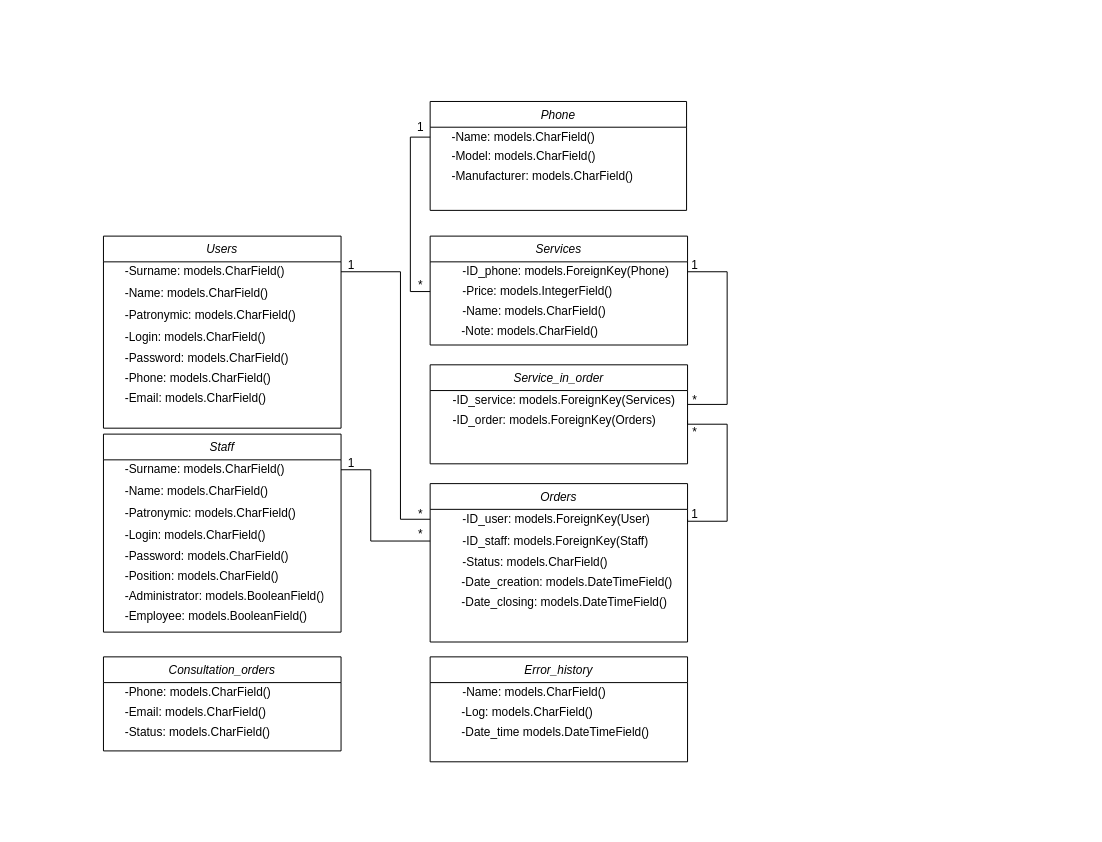
This is page "Физическая диаграмма классов приложения" (3 of 5) of Курсач/Диаграммы/Диаграмма классов анализа.drawio from JolyBin/Valeriy, a draw.io file, before an edit. Source tidied: cells renumbered, new cells numbered last; positions are measured from the earlier drawing's top-left corner, leaving out a move shared by most shapes. Both pictures are drawn from the tidied source at 99%, with x=0, y=0 at pixel (103, 101).
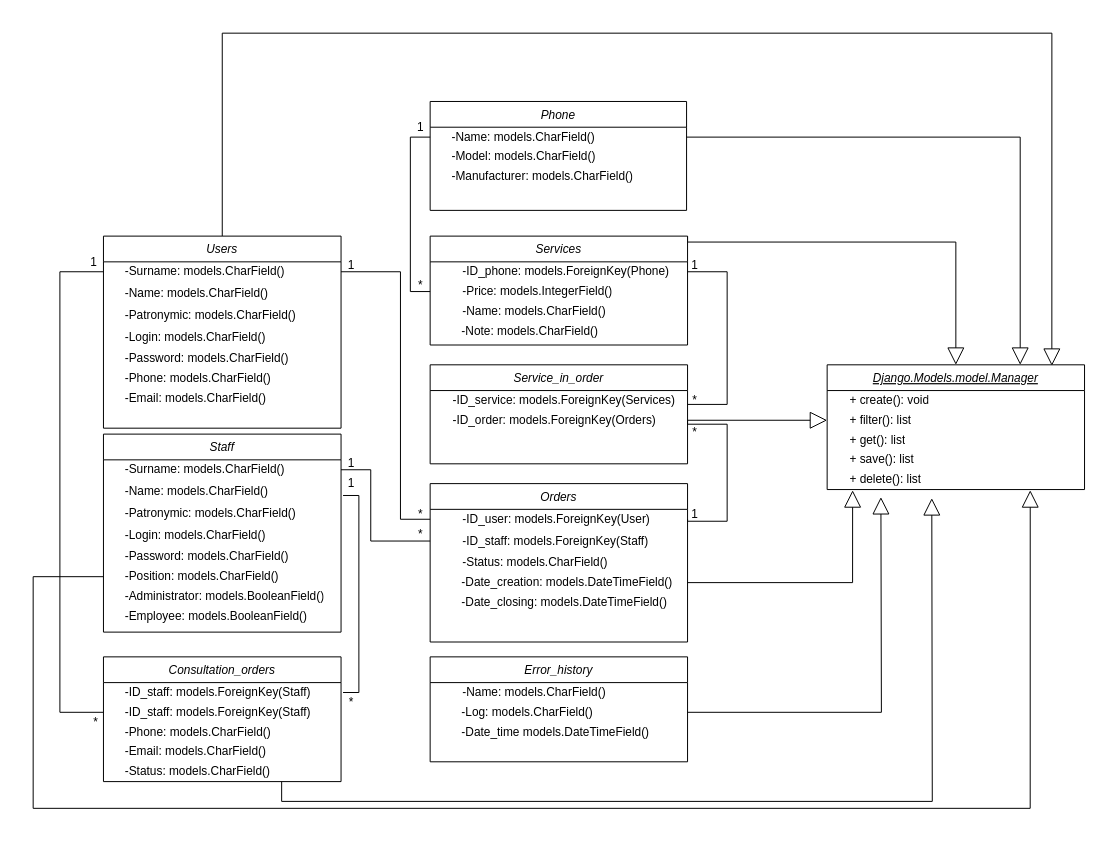
Above is the later version.

Unchanged cells that the change refers to:
```xml
<mxCell id="12" value="Services" style="swimlane;fontStyle=2;align=center;verticalAlign=top;horizontal=1;startSize=26;rounded=0;shadow=0;strokeWidth=1;" parent="1" vertex="1">
  <mxGeometry x="330" y="136" width="260" height="110" as="geometry" />
</mxCell>
<mxCell id="26" value="Users" style="swimlane;fontStyle=2;align=center;verticalAlign=top;horizontal=1;startSize=26;rounded=0;shadow=0;strokeWidth=1;" parent="1" vertex="1">
  <mxGeometry y="136" width="240" height="194" as="geometry" />
</mxCell>
<mxCell id="28" style="shape=partialRectangle;html=1;whiteSpace=wrap;fillColor=none;top=0;left=0;bottom=0;right=0;points=[[0,0.5],[1,0.5]];portConstraint=eastwest;" parent="27" vertex="1">
  <mxGeometry width="240" height="20" as="geometry" />
</mxCell>
<mxCell id="70" style="shape=partialRectangle;html=1;whiteSpace=wrap;fillColor=none;top=0;left=0;bottom=0;right=0;points=[[0,0.5],[1,0.5]];portConstraint=eastwest;" parent="63" vertex="1">
  <mxGeometry y="44" width="240" height="20" as="geometry" />
</mxCell>
<mxCell id="96" style="shape=partialRectangle;html=1;whiteSpace=wrap;fillColor=none;top=0;left=0;bottom=0;right=0;points=[[0,0.5],[1,0.5]];portConstraint=eastwest;" parent="91" vertex="1">
  <mxGeometry y="46" width="260" height="20" as="geometry" />
</mxCell>
<mxCell id="107" style="shape=partialRectangle;html=1;whiteSpace=wrap;fillColor=none;top=0;left=0;bottom=0;right=0;points=[[0,0.5],[1,0.5]];portConstraint=eastwest;" parent="103" vertex="1">
  <mxGeometry y="20" width="260" height="20" as="geometry" />
</mxCell>
<mxCell id="121" style="shape=partialRectangle;html=1;whiteSpace=wrap;fillColor=none;top=0;left=0;bottom=0;right=0;points=[[0,0.5],[1,0.5]];portConstraint=eastwest;" parent="110" vertex="1">
  <mxGeometry y="90" width="260" height="20" as="geometry" />
</mxCell>
<mxCell id="131" style="shape=partialRectangle;html=1;whiteSpace=wrap;fillColor=none;top=0;left=0;bottom=0;right=0;points=[[0,0.5],[1,0.5]];portConstraint=eastwest;" parent="130" vertex="1">
  <mxGeometry width="259" height="20" as="geometry" />
</mxCell>
```

The edit, as a diff of the source:
```diff
@@
+    <mxCell id="143" style="edgeStyle=orthogonalEdgeStyle;rounded=0;jettySize=auto;html=1;exitX=1;exitY=0;exitDx=0;exitDy=0;endArrow=block;endFill=0;endSize=15;" parent="1" edge="1" source="12" target="152">
+      <mxGeometry relative="1" as="geometry">
+        <Array as="points">
+          <mxPoint x="590" y="142" />
+          <mxPoint x="861" y="142" />
+        </Array>
+      </mxGeometry>
+    </mxCell>
@@
+    <mxCell id="144" style="edgeStyle=orthogonalEdgeStyle;rounded=0;jettySize=auto;html=1;entryX=0.873;entryY=0.008;entryDx=0;entryDy=0;endArrow=block;endFill=0;entryPerimeter=0;endSize=15;" parent="1" edge="1" source="26" target="152">
+      <mxGeometry relative="1" as="geometry">
+        <Array as="points">
+          <mxPoint x="120" y="-69" />
+          <mxPoint x="958" y="-69" />
+        </Array>
+      </mxGeometry>
+    </mxCell>
@@
+    <mxCell id="145" style="edgeStyle=orthogonalEdgeStyle;rounded=0;jettySize=auto;html=1;exitX=0.75;exitY=1;exitDx=0;exitDy=0;endArrow=block;endFill=0;endSize=15;" parent="1" edge="1" source="80">
+      <mxGeometry relative="1" as="geometry">
+        <mxPoint x="836.7" y="400.7" as="targetPoint" />
+      </mxGeometry>
+    </mxCell>
     <mxCell id="80" value="Consultation_orders" style="swimlane;fontStyle=2;align=center;verticalAlign=top;horizontal=1;startSize=26;rounded=0;shadow=0;strokeWidth=1;" parent="1" vertex="1">
-      <mxGeometry y="561" width="240" height="95" as="geometry" />
+      <mxGeometry y="561" width="240" height="126" as="geometry" />
     </mxCell>
+    <mxCell id="146" style="shape=partialRectangle;html=1;whiteSpace=wrap;fillColor=none;top=0;left=0;bottom=0;right=0;" parent="80" vertex="1">
+      <mxGeometry y="26" width="240" height="20" as="geometry" />
+    </mxCell>
+    <mxCell id="147" style="shape=partialRectangle;html=1;whiteSpace=wrap;overflow=hidden;fillColor=none;top=0;left=0;bottom=0;right=0;" parent="146" vertex="1">
+      <mxGeometry width="84" height="20" as="geometry" />
+    </mxCell>
+    <mxCell id="148" value="-ID_staff: models.ForeignKey(Staff)" style="shape=partialRectangle;html=1;whiteSpace=wrap;overflow=hidden;fillColor=none;top=0;left=0;bottom=0;right=0;align=left;" parent="146" vertex="1">
+      <mxGeometry x="20" width="220" height="20" as="geometry" />
+    </mxCell>
+    <mxCell id="149" style="shape=partialRectangle;html=1;whiteSpace=wrap;fillColor=none;top=0;left=0;bottom=0;right=0;points=[[0,0.5],[1,0.5]];portConstraint=eastwest;" parent="80" vertex="1">
+      <mxGeometry y="46" width="240" height="20" as="geometry" />
+    </mxCell>
+    <mxCell id="150" style="shape=partialRectangle;html=1;whiteSpace=wrap;overflow=hidden;fillColor=none;top=0;left=0;bottom=0;right=0;" parent="149" vertex="1">
+      <mxGeometry width="84" height="20" as="geometry" />
+    </mxCell>
+    <mxCell id="151" value="-ID_staff: models.ForeignKey(Staff)" style="shape=partialRectangle;html=1;whiteSpace=wrap;overflow=hidden;fillColor=none;top=0;left=0;bottom=0;right=0;align=left;" parent="149" vertex="1">
+      <mxGeometry x="20" width="220" height="20" as="geometry" />
+    </mxCell>
     <mxCell id="81" style="shape=table;html=1;whiteSpace=wrap;startSize=0;childLayout=tableLayout;fillColor=none;align=left;strokeColor=none;" parent="80" vertex="1">
-      <mxGeometry y="26" width="240" height="20" as="geometry" />
+      <mxGeometry y="66" width="240" height="20" as="geometry" />
     </mxCell>
@@
     <mxCell id="85" style="shape=partialRectangle;html=1;whiteSpace=wrap;fillColor=none;top=0;left=0;bottom=0;right=0;" parent="80" vertex="1">
-      <mxGeometry y="46" width="240" height="20" as="geometry" />
+      <mxGeometry y="86" width="240" height="20" as="geometry" />
     </mxCell>
@@
     <mxCell id="88" style="shape=partialRectangle;html=1;whiteSpace=wrap;fillColor=none;top=0;left=0;bottom=0;right=0;" parent="80" vertex="1">
-      <mxGeometry y="66" width="240" height="20" as="geometry" />
+      <mxGeometry y="106" width="240" height="20" as="geometry" />
     </mxCell>
@@
+    <mxCell id="152" value="Django.Models.model.Manager" style="swimlane;fontStyle=6;align=center;verticalAlign=top;horizontal=1;startSize=26;rounded=0;shadow=0;strokeWidth=1;" parent="1" vertex="1">
+      <mxGeometry x="731" y="266" width="260" height="126" as="geometry" />
+    </mxCell>
+    <mxCell id="153" style="shape=table;html=1;whiteSpace=wrap;startSize=0;childLayout=tableLayout;fillColor=none;align=left;strokeColor=none;" parent="152" vertex="1">
+      <mxGeometry y="26" width="260" height="40" as="geometry" />
+    </mxCell>
+    <mxCell id="154" style="shape=partialRectangle;html=1;whiteSpace=wrap;fillColor=none;top=0;left=0;bottom=0;right=0;" parent="153" vertex="1">
+      <mxGeometry width="260" height="20" as="geometry" />
+    </mxCell>
+    <mxCell id="155" style="shape=partialRectangle;html=1;whiteSpace=wrap;overflow=hidden;fillColor=none;top=0;left=0;bottom=0;right=0;" parent="154" vertex="1">
+      <mxGeometry width="21" height="20" as="geometry" />
+    </mxCell>
+    <mxCell id="156" value="+ create(): void" style="shape=partialRectangle;html=1;whiteSpace=wrap;overflow=hidden;fillColor=none;top=0;left=0;bottom=0;right=0;align=left;" parent="154" vertex="1">
+      <mxGeometry x="21" width="239" height="20" as="geometry" />
+    </mxCell>
+    <mxCell id="157" style="shape=partialRectangle;html=1;whiteSpace=wrap;fillColor=none;top=0;left=0;bottom=0;right=0;points=[[0,0.5],[1,0.5]];portConstraint=eastwest;" parent="153" vertex="1">
+      <mxGeometry y="20" width="260" height="20" as="geometry" />
+    </mxCell>
+    <mxCell id="158" style="shape=partialRectangle;html=1;whiteSpace=wrap;overflow=hidden;fillColor=none;top=0;left=0;bottom=0;right=0;" parent="157" vertex="1">
+      <mxGeometry width="21" height="20" as="geometry" />
+    </mxCell>
+    <mxCell id="159" value="+ filter(): list" style="shape=partialRectangle;html=1;whiteSpace=wrap;overflow=hidden;fillColor=none;top=0;left=0;bottom=0;right=0;align=left;" parent="157" vertex="1">
+      <mxGeometry x="21" width="239" height="20" as="geometry" />
+    </mxCell>
+    <mxCell id="160" style="shape=partialRectangle;html=1;whiteSpace=wrap;fillColor=none;top=0;left=0;bottom=0;right=0;" parent="152" vertex="1">
+      <mxGeometry y="66" width="260" height="20" as="geometry" />
+    </mxCell>
+    <mxCell id="161" style="shape=partialRectangle;html=1;whiteSpace=wrap;overflow=hidden;fillColor=none;top=0;left=0;bottom=0;right=0;" parent="160" vertex="1">
+      <mxGeometry width="21" height="20" as="geometry" />
+    </mxCell>
+    <mxCell id="162" value="+ get(): list" style="shape=partialRectangle;html=1;whiteSpace=wrap;overflow=hidden;fillColor=none;top=0;left=0;bottom=0;right=0;align=left;" parent="160" vertex="1">
+      <mxGeometry x="21" width="239" height="20" as="geometry" />
+    </mxCell>
+    <mxCell id="163" style="shape=partialRectangle;html=1;whiteSpace=wrap;fillColor=none;top=0;left=0;bottom=0;right=0;" parent="152" vertex="1">
+      <mxGeometry y="86" width="260" height="20" as="geometry" />
+    </mxCell>
+    <mxCell id="164" style="shape=partialRectangle;html=1;whiteSpace=wrap;overflow=hidden;fillColor=none;top=0;left=0;bottom=0;right=0;" parent="163" vertex="1">
+      <mxGeometry width="21" height="20" as="geometry" />
+    </mxCell>
+    <mxCell id="165" value="+ save(): list" style="shape=partialRectangle;html=1;whiteSpace=wrap;overflow=hidden;fillColor=none;top=0;left=0;bottom=0;right=0;align=left;" parent="163" vertex="1">
+      <mxGeometry x="21" width="239" height="20" as="geometry" />
+    </mxCell>
+    <mxCell id="166" style="shape=partialRectangle;html=1;whiteSpace=wrap;fillColor=none;top=0;left=0;bottom=0;right=0;points=[[0,0.5],[1,0.5]];portConstraint=eastwest;" parent="152" vertex="1">
+      <mxGeometry y="106" width="260" height="20" as="geometry" />
+    </mxCell>
+    <mxCell id="167" style="shape=partialRectangle;html=1;whiteSpace=wrap;overflow=hidden;fillColor=none;top=0;left=0;bottom=0;right=0;" parent="166" vertex="1">
+      <mxGeometry width="21" height="20" as="geometry" />
+    </mxCell>
+    <mxCell id="168" value="+ delete(): list" style="shape=partialRectangle;html=1;whiteSpace=wrap;overflow=hidden;fillColor=none;top=0;left=0;bottom=0;right=0;align=left;" parent="166" vertex="1">
+      <mxGeometry x="21" width="239" height="20" as="geometry" />
+    </mxCell>
+    <mxCell id="169" style="edgeStyle=orthogonalEdgeStyle;rounded=0;jettySize=auto;html=1;exitX=1;exitY=0.5;exitDx=0;exitDy=0;entryX=0.75;entryY=0;entryDx=0;entryDy=0;endArrow=block;endFill=0;endSize=15;" parent="1" edge="1" source="131" target="152">
+      <mxGeometry relative="1" as="geometry" />
+    </mxCell>
+    <mxCell id="170" style="edgeStyle=orthogonalEdgeStyle;rounded=0;jettySize=auto;html=1;entryX=0;entryY=0.5;entryDx=0;entryDy=0;endArrow=block;endFill=0;endSize=15;" parent="1" edge="1" source="107" target="157">
+      <mxGeometry relative="1" as="geometry" />
+    </mxCell>
+    <mxCell id="171" style="edgeStyle=orthogonalEdgeStyle;rounded=0;jettySize=auto;html=1;exitX=1;exitY=0.5;exitDx=0;exitDy=0;entryX=0.099;entryY=1.036;entryDx=0;entryDy=0;entryPerimeter=0;endArrow=block;endFill=0;endSize=15;" parent="1" edge="1" source="121" target="166">
+      <mxGeometry relative="1" as="geometry" />
+    </mxCell>
+    <mxCell id="172" style="edgeStyle=orthogonalEdgeStyle;rounded=0;jettySize=auto;html=1;endArrow=block;endFill=0;endSize=15;" parent="1" edge="1" source="96">
+      <mxGeometry relative="1" as="geometry">
+        <mxPoint x="785.3" y="399.6" as="targetPoint" />
+      </mxGeometry>
+    </mxCell>
+    <mxCell id="173" style="edgeStyle=orthogonalEdgeStyle;rounded=0;jettySize=auto;html=1;exitX=0;exitY=0.5;exitDx=0;exitDy=0;entryX=0.789;entryY=1.036;entryDx=0;entryDy=0;entryPerimeter=0;endArrow=block;endFill=0;endSize=15;" parent="1" edge="1" source="70" target="166">
+      <mxGeometry relative="1" as="geometry">
+        <Array as="points">
+          <mxPoint x="-71" y="480" />
+          <mxPoint x="-71" y="714" />
+          <mxPoint x="936" y="714" />
+        </Array>
+      </mxGeometry>
+    </mxCell>
+    <mxCell id="174" style="edgeStyle=orthogonalEdgeStyle;rounded=0;orthogonalLoop=1;jettySize=auto;html=1;endArrow=none;endFill=0;endSize=15;" parent="1" edge="1">
+      <mxGeometry relative="1" as="geometry">
+        <mxPoint x="242" y="398" as="sourcePoint" />
+        <mxPoint x="242" y="597" as="targetPoint" />
+        <Array as="points">
+          <mxPoint x="258" y="398" />
+          <mxPoint x="258" y="597" />
+        </Array>
+      </mxGeometry>
+    </mxCell>
+    <mxCell id="175" value="1" style="text;html=1;align=center;verticalAlign=middle;" parent="1" vertex="1">
+      <mxGeometry x="240" y="376" width="20" height="20" as="geometry" />
+    </mxCell>
+    <mxCell id="176" value="*" style="text;html=1;align=center;verticalAlign=middle;" parent="1" vertex="1">
+      <mxGeometry x="240" y="597" width="20" height="20" as="geometry" />
+    </mxCell>
+    <mxCell id="177" style="edgeStyle=orthogonalEdgeStyle;rounded=0;jettySize=auto;html=1;exitX=0;exitY=0.5;exitDx=0;exitDy=0;entryX=0;entryY=0.5;entryDx=0;entryDy=0;endArrow=none;endFill=0;endSize=15;" parent="1" edge="1" source="28" target="149">
+      <mxGeometry relative="1" as="geometry">
+        <Array as="points">
+          <mxPoint x="-44" y="172" />
+          <mxPoint x="-44" y="617" />
+        </Array>
+      </mxGeometry>
+    </mxCell>
+    <mxCell id="178" value="*" style="text;html=1;align=center;verticalAlign=middle;" parent="1" vertex="1">
+      <mxGeometry x="-18" y="617" width="20" height="20" as="geometry" />
+    </mxCell>
+    <mxCell id="179" value="1" style="text;html=1;align=center;verticalAlign=middle;" parent="1" vertex="1">
+      <mxGeometry x="-20" y="153" width="20" height="20" as="geometry" />
+    </mxCell>
```
